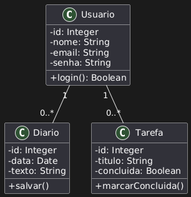
The PlantUML diagram docs/uml/DiagramaClasses.png in kevinloppes/ddm-Smoothme, before a commit.
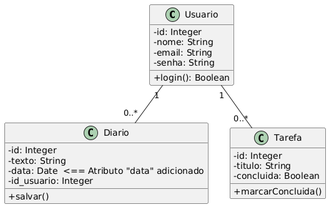
After the commit.

Commit message:
docs: atualiza diagramas e planos

What changed in the source:
```diff
@@ -11,8 +11,9 @@
 
 class Diario {
   - id: Integer
-  - data: Date
   - texto: String
+  - data: Date  <== Atributo "data" adicionado
+  - id_usuario: Integer
   + salvar()
 }
 
```
